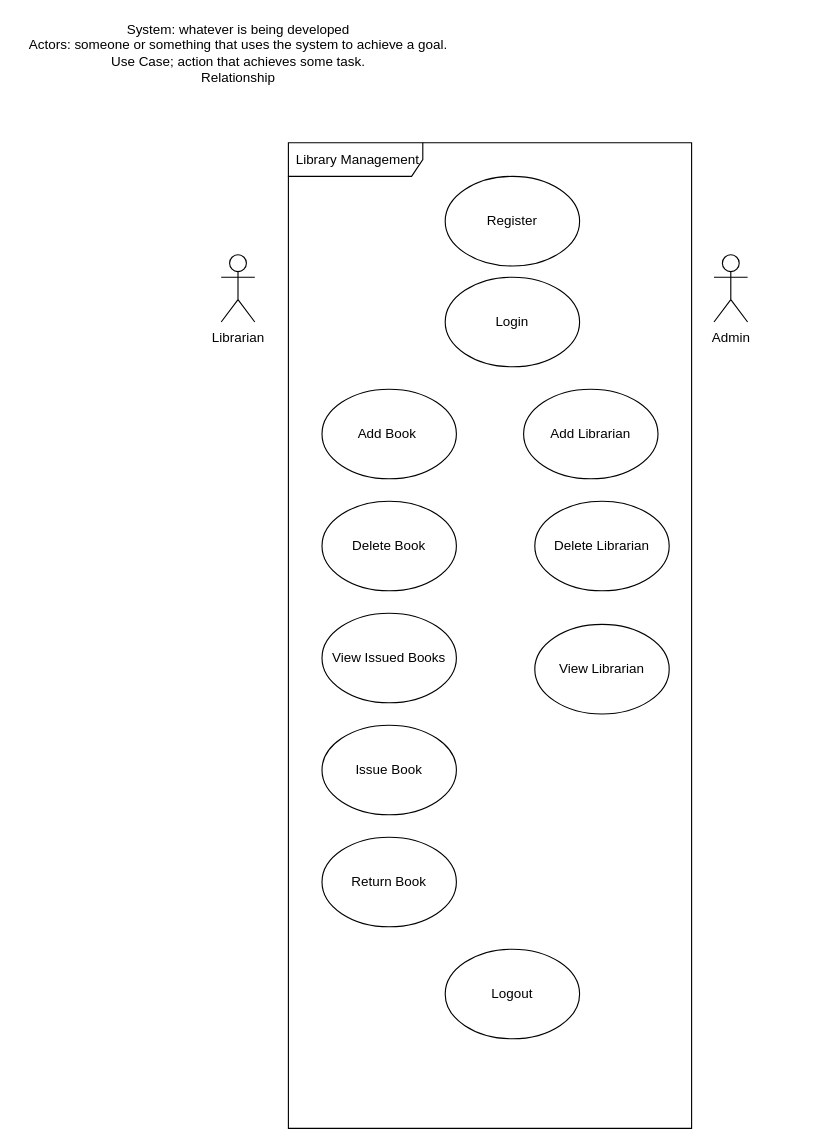
Before: Untitled Diagram.drawio in tummytucker94/Library-Management-Project, a draw.io diagram. Source tidied: cells renumbered, new cells numbered last; positions are measured from the earlier drawing's top-left corner, leaving out a move shared by most shapes. Both pictures are drawn from the tidied source at 112%, with x=0, y=0 at pixel (19, 19).
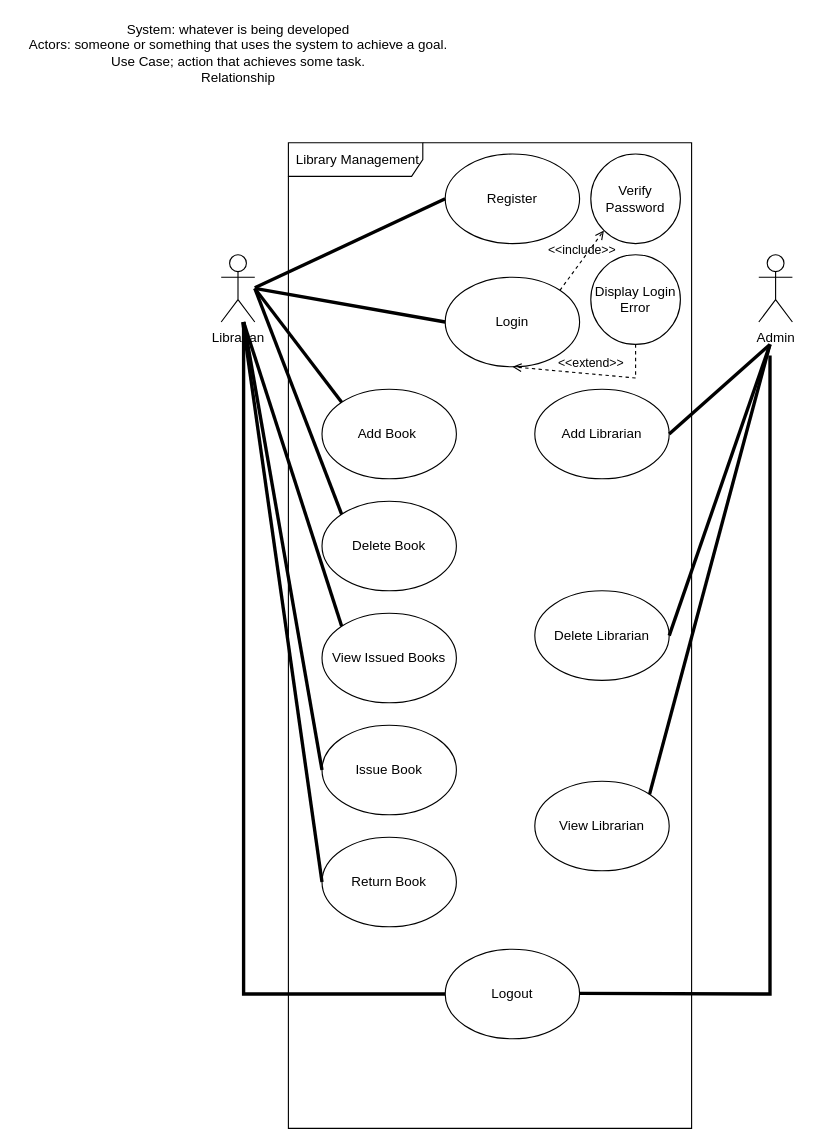
The same diagram, later.

Unchanged cells that the change refers to:
```xml
<mxCell id="3" value="Librarian" style="shape=umlActor;verticalLabelPosition=bottom;verticalAlign=top;html=1;" parent="1" vertex="1">
  <mxGeometry x="180" y="210" width="30" height="60" as="geometry" />
</mxCell>
<mxCell id="7" value="Login" style="ellipse;whiteSpace=wrap;html=1;" parent="1" vertex="1">
  <mxGeometry x="380" y="230" width="120" height="80" as="geometry" />
</mxCell>
<mxCell id="8" value="Add Book&amp;nbsp;" style="ellipse;whiteSpace=wrap;html=1;" parent="1" vertex="1">
  <mxGeometry x="270" y="330" width="120" height="80" as="geometry" />
</mxCell>
<mxCell id="9" value="Delete Book" style="ellipse;whiteSpace=wrap;html=1;" parent="1" vertex="1">
  <mxGeometry x="270" y="430" width="120" height="80" as="geometry" />
</mxCell>
<mxCell id="10" value="View Issued Books" style="ellipse;whiteSpace=wrap;html=1;" parent="1" vertex="1">
  <mxGeometry x="270" y="530" width="120" height="80" as="geometry" />
</mxCell>
<mxCell id="11" value="Issue Book" style="ellipse;whiteSpace=wrap;html=1;" parent="1" vertex="1">
  <mxGeometry x="270" y="630" width="120" height="80" as="geometry" />
</mxCell>
<mxCell id="12" value="Return Book" style="ellipse;whiteSpace=wrap;html=1;" parent="1" vertex="1">
  <mxGeometry x="270" y="730" width="120" height="80" as="geometry" />
</mxCell>
<mxCell id="13" value="Logout" style="ellipse;whiteSpace=wrap;html=1;" parent="1" vertex="1">
  <mxGeometry x="380" y="830" width="120" height="80" as="geometry" />
</mxCell>
```

Change to the diagram source:
```diff
@@
     <mxCell id="5" value="Admin" style="shape=umlActor;verticalLabelPosition=bottom;verticalAlign=top;html=1;" parent="1" vertex="1">
-      <mxGeometry x="620" y="210" width="30" height="60" as="geometry" />
+      <mxGeometry x="660" y="210" width="30" height="60" as="geometry" />
     </mxCell>
     <mxCell id="6" value="Register" style="ellipse;whiteSpace=wrap;html=1;" parent="1" vertex="1">
-      <mxGeometry x="380" y="140" width="120" height="80" as="geometry" />
+      <mxGeometry x="380" y="120" width="120" height="80" as="geometry" />
     </mxCell>
@@
     <mxCell id="14" value="Add Librarian" style="ellipse;whiteSpace=wrap;html=1;" parent="1" vertex="1">
-      <mxGeometry x="450" y="330" width="120" height="80" as="geometry" />
+      <mxGeometry x="460" y="330" width="120" height="80" as="geometry" />
     </mxCell>
     <mxCell id="15" value="Delete Librarian" style="ellipse;whiteSpace=wrap;html=1;" parent="1" vertex="1">
-      <mxGeometry x="460" y="430" width="120" height="80" as="geometry" />
+      <mxGeometry x="460" y="510" width="120" height="80" as="geometry" />
     </mxCell>
     <mxCell id="16" value="View Librarian" style="ellipse;whiteSpace=wrap;html=1;" parent="1" vertex="1">
-      <mxGeometry x="460" y="540" width="120" height="80" as="geometry" />
+      <mxGeometry x="460" y="680" width="120" height="80" as="geometry" />
     </mxCell>
+    <mxCell id="17" style="endArrow=none;startArrow=none;endFill=0;startFill=0;endSize=8;html=1;verticalAlign=bottom;labelBackgroundColor=none;strokeWidth=3;rounded=0;entryX=0;entryY=0.5;entryDx=0;entryDy=0;" parent="1" edge="1" target="6">
+      <mxGeometry relative="1" as="geometry">
+        <mxPoint x="210" y="239.5" as="sourcePoint" />
+      </mxGeometry>
+    </mxCell>
+    <mxCell id="18" style="endArrow=none;startArrow=none;endFill=0;startFill=0;endSize=8;html=1;verticalAlign=bottom;labelBackgroundColor=none;strokeWidth=3;rounded=0;entryX=0;entryY=0.5;entryDx=0;entryDy=0;" parent="1" edge="1" target="7">
+      <mxGeometry relative="1" as="geometry">
+        <mxPoint x="210" y="240" as="sourcePoint" />
+      </mxGeometry>
+    </mxCell>
+    <mxCell id="19" style="endArrow=none;startArrow=none;endFill=0;startFill=0;endSize=8;html=1;verticalAlign=bottom;labelBackgroundColor=none;strokeWidth=3;rounded=0;entryX=0;entryY=0;entryDx=0;entryDy=0;" parent="1" edge="1" target="8">
+      <mxGeometry relative="1" as="geometry">
+        <mxPoint x="210" y="240" as="sourcePoint" />
+      </mxGeometry>
+    </mxCell>
+    <mxCell id="20" style="endArrow=none;startArrow=none;endFill=0;startFill=0;endSize=8;html=1;verticalAlign=bottom;labelBackgroundColor=none;strokeWidth=3;rounded=0;entryX=0;entryY=0;entryDx=0;entryDy=0;" parent="1" edge="1" target="9">
+      <mxGeometry relative="1" as="geometry">
+        <mxPoint x="210" y="240" as="sourcePoint" />
+      </mxGeometry>
+    </mxCell>
+    <mxCell id="21" style="endArrow=none;startArrow=none;endFill=0;startFill=0;endSize=8;html=1;verticalAlign=bottom;labelBackgroundColor=none;strokeWidth=3;rounded=0;entryX=0;entryY=0;entryDx=0;entryDy=0;" parent="1" edge="1" target="10">
+      <mxGeometry relative="1" as="geometry">
+        <mxPoint x="200" y="270" as="sourcePoint" />
+      </mxGeometry>
+    </mxCell>
+    <mxCell id="22" style="endArrow=none;startArrow=none;endFill=0;startFill=0;endSize=8;html=1;verticalAlign=bottom;labelBackgroundColor=none;strokeWidth=3;rounded=0;exitX=0;exitY=0.5;exitDx=0;exitDy=0;" parent="1" edge="1" source="11" target="3">
+      <mxGeometry relative="1" as="geometry" />
+    </mxCell>
+    <mxCell id="23" style="endArrow=none;startArrow=none;endFill=0;startFill=0;endSize=8;html=1;verticalAlign=bottom;labelBackgroundColor=none;strokeWidth=3;rounded=0;entryX=0;entryY=0.5;entryDx=0;entryDy=0;" parent="1" edge="1" source="3" target="12">
+      <mxGeometry relative="1" as="geometry" />
+    </mxCell>
+    <mxCell id="24" style="endArrow=none;startArrow=none;endFill=0;startFill=0;endSize=8;html=1;verticalAlign=bottom;labelBackgroundColor=none;strokeWidth=3;rounded=0;entryX=0;entryY=0.5;entryDx=0;entryDy=0;exitX=1;exitY=0.5;exitDx=0;exitDy=0;" parent="1" edge="1" source="14">
+      <mxGeometry relative="1" as="geometry">
+        <mxPoint x="670" y="290" as="targetPoint" />
+      </mxGeometry>
+    </mxCell>
+    <mxCell id="25" style="endArrow=none;startArrow=none;endFill=0;startFill=0;endSize=8;html=1;verticalAlign=bottom;labelBackgroundColor=none;strokeWidth=3;rounded=0;exitX=1;exitY=0.5;exitDx=0;exitDy=0;" parent="1" edge="1" source="15">
+      <mxGeometry relative="1" as="geometry">
+        <mxPoint x="670" y="290" as="targetPoint" />
+      </mxGeometry>
+    </mxCell>
+    <mxCell id="26" style="endArrow=none;startArrow=none;endFill=0;startFill=0;endSize=8;html=1;verticalAlign=bottom;labelBackgroundColor=none;strokeWidth=3;rounded=0;exitX=1;exitY=0;exitDx=0;exitDy=0;" parent="1" edge="1" source="16">
+      <mxGeometry relative="1" as="geometry">
+        <mxPoint x="670" y="290" as="targetPoint" />
+      </mxGeometry>
+    </mxCell>
+    <mxCell id="27" style="endArrow=none;startArrow=none;endFill=0;startFill=0;endSize=8;html=1;verticalAlign=bottom;labelBackgroundColor=none;strokeWidth=3;rounded=0;" parent="1" edge="1">
+      <mxGeometry relative="1" as="geometry">
+        <mxPoint x="500" y="869.5" as="sourcePoint" />
+        <mxPoint x="670" y="300" as="targetPoint" />
+        <Array as="points">
+          <mxPoint x="670" y="870" />
+        </Array>
+      </mxGeometry>
+    </mxCell>
+    <mxCell id="28" style="endArrow=none;startArrow=none;endFill=0;startFill=0;endSize=8;html=1;verticalAlign=bottom;labelBackgroundColor=none;strokeWidth=3;rounded=0;entryX=0;entryY=0.5;entryDx=0;entryDy=0;" parent="1" edge="1" target="13">
+      <mxGeometry relative="1" as="geometry">
+        <mxPoint x="200" y="270" as="sourcePoint" />
+        <Array as="points">
+          <mxPoint x="200" y="870" />
+        </Array>
+      </mxGeometry>
+    </mxCell>
+    <mxCell id="29" value="Display Login Error" style="ellipse;whiteSpace=wrap;html=1;" parent="1" vertex="1">
+      <mxGeometry x="510" y="210" width="80" height="80" as="geometry" />
+    </mxCell>
+    <mxCell id="30" value="Verify Password" style="ellipse;whiteSpace=wrap;html=1;" parent="1" vertex="1">
+      <mxGeometry x="510" y="120" width="80" height="80" as="geometry" />
+    </mxCell>
+    <mxCell id="31" value="&amp;lt;&amp;lt;include&amp;gt;&amp;gt;" style="html=1;verticalAlign=bottom;labelBackgroundColor=none;endArrow=open;endFill=0;dashed=1;rounded=0;exitX=1;exitY=0;exitDx=0;exitDy=0;entryX=0;entryY=1;entryDx=0;entryDy=0;" parent="1" edge="1" source="7" target="30">
+      <mxGeometry relative="1" as="geometry" />
+    </mxCell>
+    <mxCell id="32" value="&amp;lt;&amp;lt;extend&amp;gt;&amp;gt;" style="html=1;verticalAlign=bottom;labelBackgroundColor=none;endArrow=open;endFill=0;dashed=1;rounded=0;exitX=0.5;exitY=1;exitDx=0;exitDy=0;entryX=0.5;entryY=1;entryDx=0;entryDy=0;" parent="1" edge="1" source="29" target="7">
+      <mxGeometry relative="1" as="geometry">
+        <Array as="points">
+          <mxPoint x="550" y="320" />
+        </Array>
+      </mxGeometry>
+    </mxCell>
```
